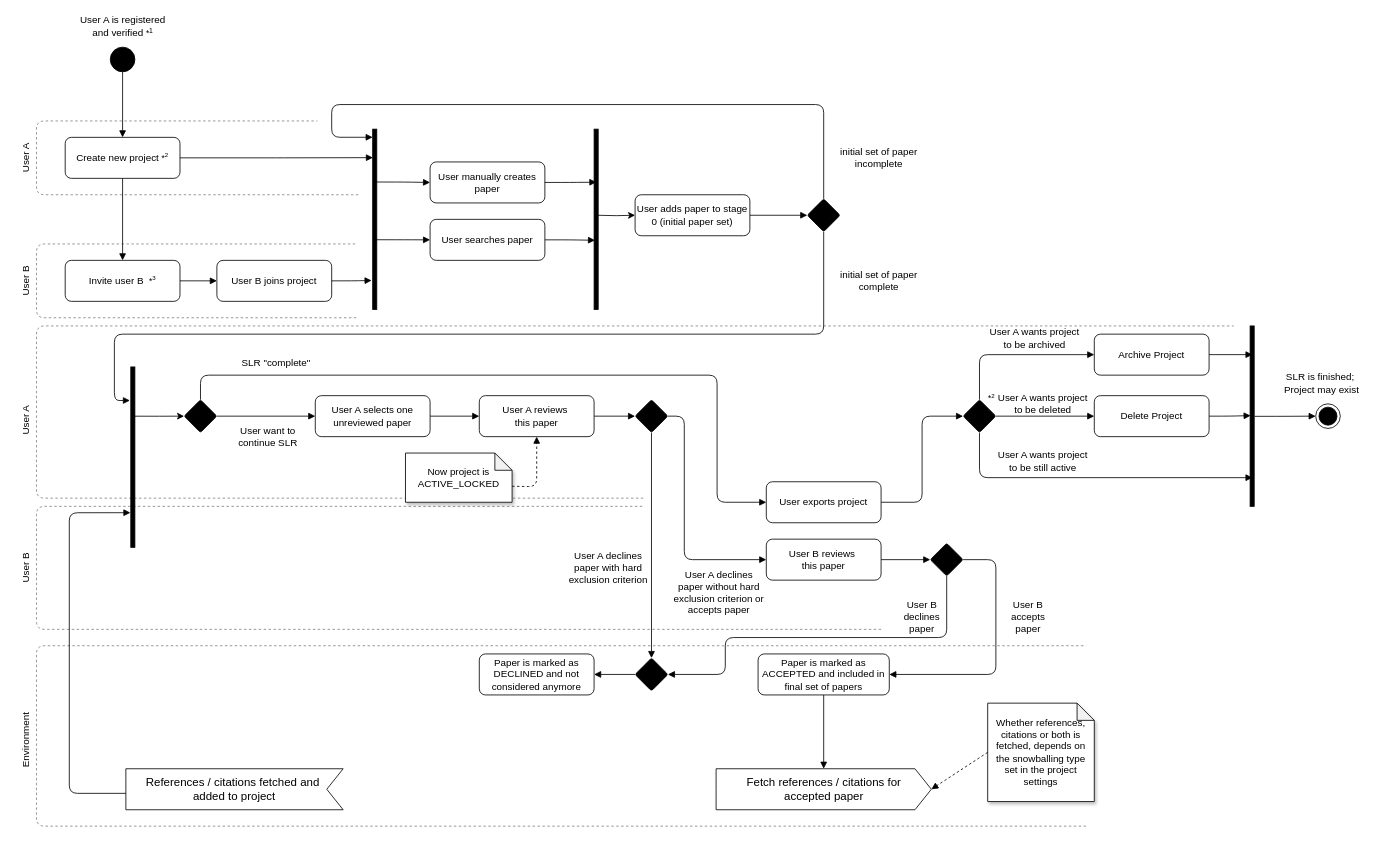
This is page "SLR Process" (7 of 7) of SnowballR Diagrams.drawio from SE-UUlm/snowballr, a draw.io file, before an edit. Source tidied: cells renumbered, new cells numbered last; positions are measured from the earlier drawing's top-left corner, leaving out a move shared by most shapes. Both pictures are drawn from the tidied source at 82%, with x=0, y=0 at pixel (-21, 14).
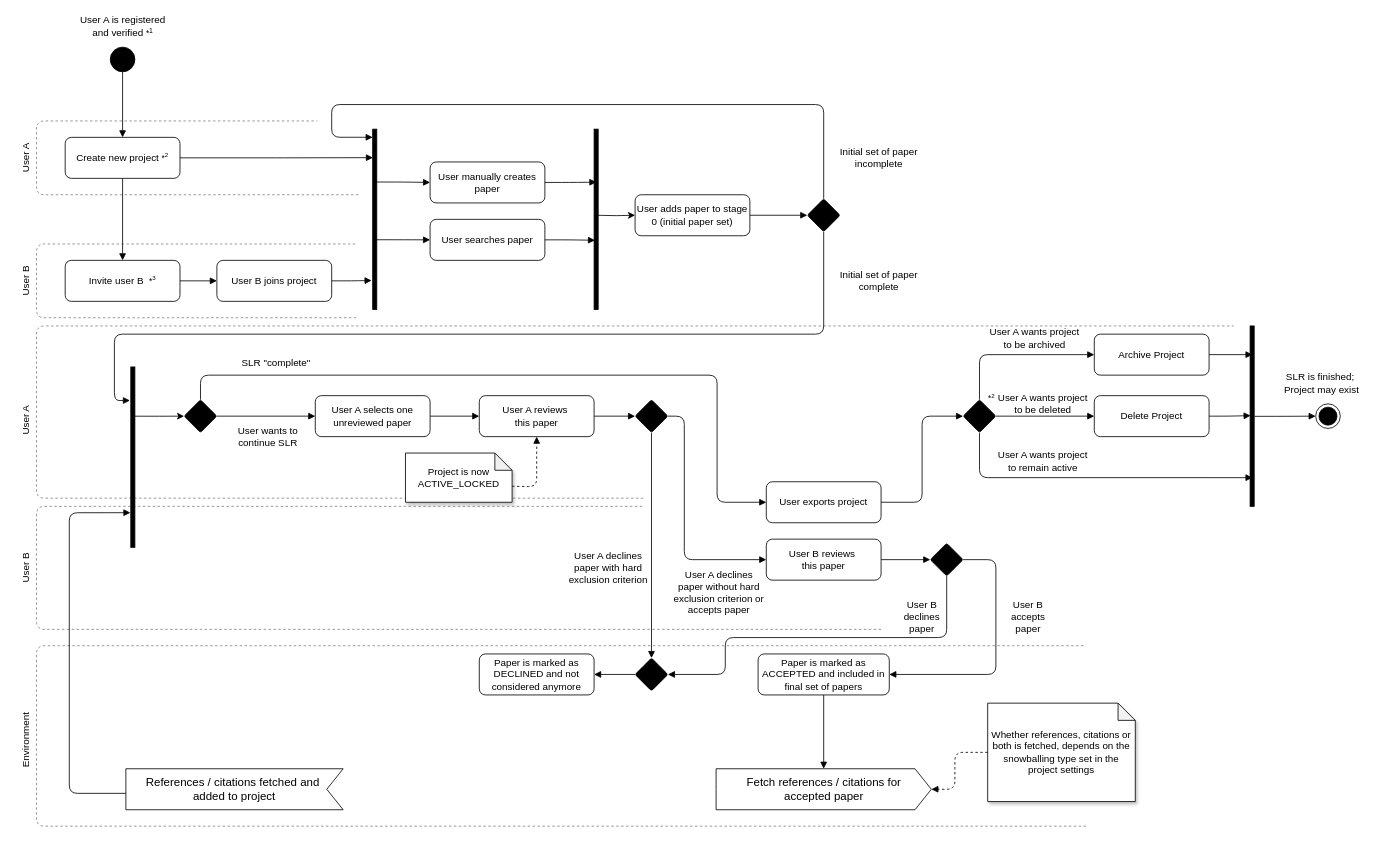
After the change.

Commit message (it also covers changes not shown here):
chore: fix some spelling mistakes and formatting in the SLR process diagram

The change refers to these unchanged cells:
```xml
<mxCell id="59" value="Fetch references / citations for&lt;div&gt;accepted paper&lt;/div&gt;" style="html=1;shape=mxgraph.infographic.ribbonSimple;notch1=0;notch2=20;align=center;verticalAlign=middle;fontSize=14;fontStyle=0;fillColor=#FFFFFF;whiteSpace=wrap;" parent="1" vertex="1">
  <mxGeometry x="898.8" y="920" width="262.5" height="50" as="geometry" />
</mxCell>
```

Diff of the diagram source:
```diff
@@
-    <mxCell id="30" value="initial set of paper incomplete" style="text;html=1;whiteSpace=wrap;strokeColor=none;fillColor=none;align=center;verticalAlign=middle;rounded=0;" parent="1" vertex="1">
+    <mxCell id="30" value="Initial set of paper incomplete" style="text;html=1;whiteSpace=wrap;strokeColor=none;fillColor=none;align=center;verticalAlign=middle;rounded=0;" parent="1" vertex="1">
       <mxGeometry x="1040" y="160" width="115" height="30" as="geometry" />
     </mxCell>
@@
-    <mxCell id="33" value="initial set of paper complete" style="text;html=1;whiteSpace=wrap;strokeColor=none;fillColor=none;align=center;verticalAlign=middle;rounded=0;" parent="1" vertex="1">
+    <mxCell id="33" value="Initial set of paper complete" style="text;html=1;whiteSpace=wrap;strokeColor=none;fillColor=none;align=center;verticalAlign=middle;rounded=0;" parent="1" vertex="1">
       <mxGeometry x="1040" y="310" width="115" height="30" as="geometry" />
     </mxCell>
@@
-    <mxCell id="51" value="User want to continue SLR" style="text;html=1;whiteSpace=wrap;strokeColor=none;fillColor=none;align=center;verticalAlign=middle;rounded=0;" parent="1" vertex="1">
+    <mxCell id="51" value="User wants to continue SLR" style="text;html=1;whiteSpace=wrap;strokeColor=none;fillColor=none;align=center;verticalAlign=middle;rounded=0;" parent="1" vertex="1">
       <mxGeometry x="295" y="500" width="115" height="30" as="geometry" />
     </mxCell>
@@
-    <mxCell id="56" value="User A wants project to be still active" style="text;html=1;whiteSpace=wrap;strokeColor=none;fillColor=none;align=center;verticalAlign=middle;rounded=0;" parent="1" vertex="1">
+    <mxCell id="56" value="User A wants project to remain active" style="text;html=1;whiteSpace=wrap;strokeColor=none;fillColor=none;align=center;verticalAlign=middle;rounded=0;" parent="1" vertex="1">
       <mxGeometry x="1240" y="530" width="115" height="30" as="geometry" />
     </mxCell>
@@
     <mxCell id="61" value="Whether references, citations or both is fetched, depends on the snowballing type set in the project settings" style="shape=note;whiteSpace=wrap;html=1;backgroundOutline=1;darkOpacity=0.05;shadow=1;size=21;" parent="1" vertex="1">
-      <mxGeometry x="1230" y="840" width="130" height="120" as="geometry" />
+      <mxGeometry x="1230" y="840" width="180" height="120" as="geometry" />
     </mxCell>
@@
     <mxCell id="63" style="endArrow=block;dashed=1;html=1;rounded=1;entryX=1;entryY=0.5;entryDx=0;entryDy=0;entryPerimeter=0;exitX=0;exitY=0.5;exitDx=0;exitDy=0;exitPerimeter=0;endFill=1;curved=0;" parent="1" edge="1" source="61" target="59">
-      <mxGeometry relative="1" as="geometry" />
+      <mxGeometry relative="1" as="geometry">
+        <Array as="points">
+          <mxPoint x="1190" y="900" />
+          <mxPoint x="1190" y="945" />
+        </Array>
+      </mxGeometry>
     </mxCell>
@@
-    <mxCell id="67" value="Now project is ACTIVE_LOCKED" style="shape=note;whiteSpace=wrap;html=1;backgroundOutline=1;darkOpacity=0.05;shadow=1;size=21;" parent="1" vertex="1">
+    <mxCell id="67" value="Project is now ACTIVE_LOCKED" style="shape=note;whiteSpace=wrap;html=1;backgroundOutline=1;darkOpacity=0.05;shadow=1;size=21;" parent="1" vertex="1">
       <mxGeometry x="520" y="535" width="130" height="60" as="geometry" />
     </mxCell>
```
